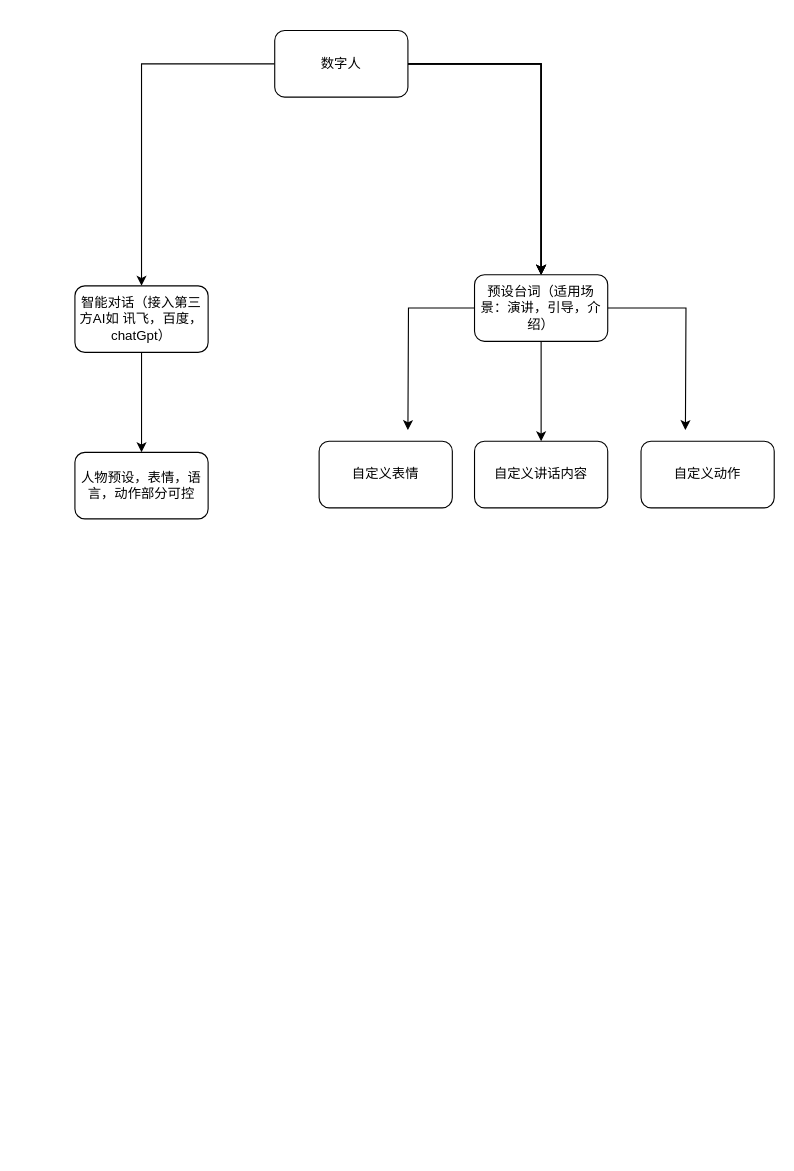
Before: 未命名绘图.drawio in Only-Sage/litieshan.github.io, a draw.io diagram. Source tidied: cells renumbered, new cells numbered last; positions are measured from the earlier drawing's top-left corner, leaving out a move shared by most shapes. Both pictures are drawn from the tidied source at 111%, with x=0, y=0 at pixel (74, 30).
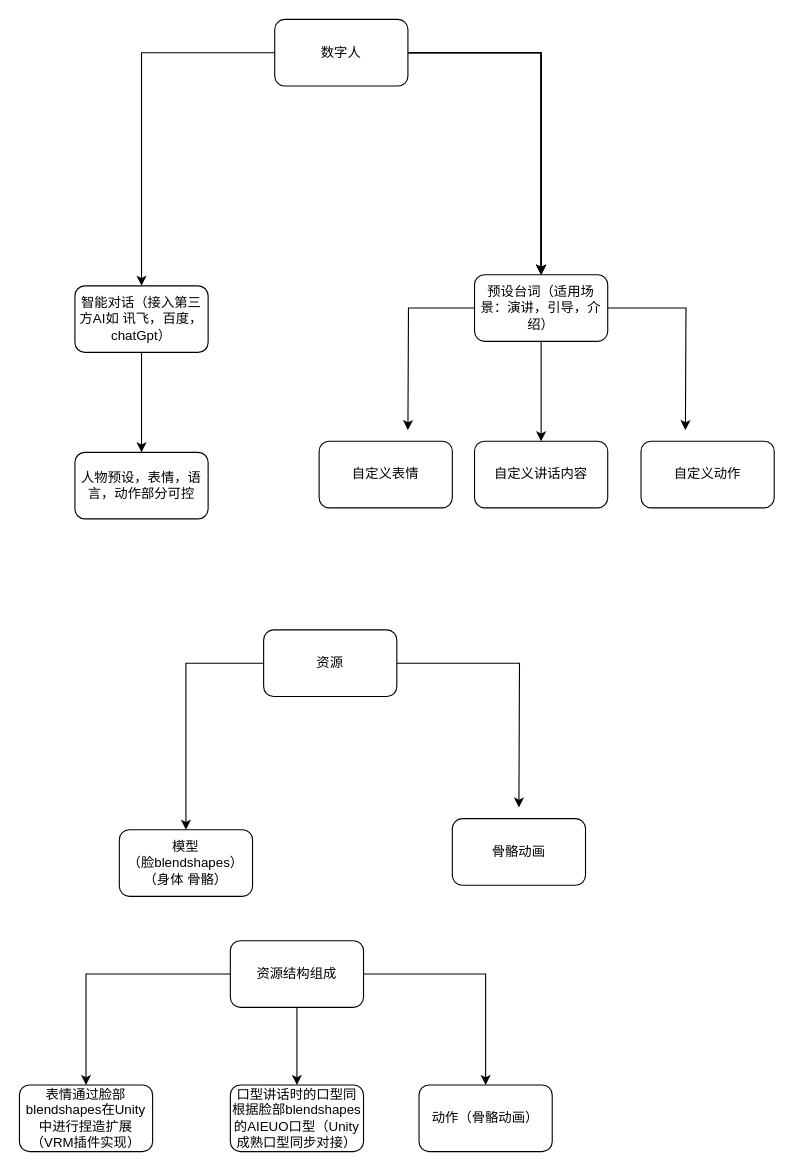
Above is the later version.

Commit message (it also covers changes not shown here):
更新未命名绘图.drawio

What changed in the source:
```diff
@@
     <mxCell id="7" value="数字人" style="rounded=1;whiteSpace=wrap;html=1;" parent="1" vertex="1">
-      <mxGeometry x="180" width="120" height="60" as="geometry" />
+      <mxGeometry x="180" y="-10" width="120" height="60" as="geometry" />
     </mxCell>
@@
+    <mxCell id="19" style="edgeStyle=orthogonalEdgeStyle;rounded=0;jettySize=auto;html=1;entryX=0.5;entryY=0;entryDx=0;entryDy=0;" parent="1" edge="1" source="21" target="22">
+      <mxGeometry relative="1" as="geometry" />
+    </mxCell>
+    <mxCell id="20" style="edgeStyle=orthogonalEdgeStyle;rounded=0;jettySize=auto;html=1;" parent="1" edge="1" source="21">
+      <mxGeometry relative="1" as="geometry">
+        <mxPoint x="400" y="700" as="targetPoint" />
+      </mxGeometry>
+    </mxCell>
+    <mxCell id="21" value="资源" style="rounded=1;whiteSpace=wrap;html=1;" parent="1" vertex="1">
+      <mxGeometry x="170" y="540" width="120" height="60" as="geometry" />
+    </mxCell>
+    <mxCell id="22" value="模型&lt;br&gt;（脸blendshapes）&lt;br&gt;（身体 骨骼）" style="rounded=1;whiteSpace=wrap;html=1;" parent="1" vertex="1">
+      <mxGeometry x="40" y="720" width="120" height="60" as="geometry" />
+    </mxCell>
+    <mxCell id="23" value="骨骼动画" style="rounded=1;whiteSpace=wrap;html=1;" parent="1" vertex="1">
+      <mxGeometry x="340" y="710" width="120" height="60" as="geometry" />
+    </mxCell>
+    <mxCell id="24" style="edgeStyle=orthogonalEdgeStyle;rounded=0;jettySize=auto;html=1;" parent="1" edge="1" source="27" target="29">
+      <mxGeometry relative="1" as="geometry" />
+    </mxCell>
+    <mxCell id="25" style="edgeStyle=orthogonalEdgeStyle;rounded=0;jettySize=auto;html=1;entryX=0.5;entryY=0;entryDx=0;entryDy=0;" parent="1" edge="1" source="27" target="28">
+      <mxGeometry relative="1" as="geometry" />
+    </mxCell>
+    <mxCell id="26" style="edgeStyle=orthogonalEdgeStyle;rounded=0;jettySize=auto;html=1;entryX=0.5;entryY=0;entryDx=0;entryDy=0;" parent="1" edge="1" source="27" target="30">
+      <mxGeometry relative="1" as="geometry" />
+    </mxCell>
+    <mxCell id="27" value="资源结构组成" style="rounded=1;whiteSpace=wrap;html=1;" parent="1" vertex="1">
+      <mxGeometry x="140" y="820" width="120" height="60" as="geometry" />
+    </mxCell>
+    <mxCell id="28" value="表情通过脸部blendshapes在Unity中进行捏造扩展（VRM插件实现）" style="rounded=1;whiteSpace=wrap;html=1;" parent="1" vertex="1">
+      <mxGeometry x="-50" y="950" width="120" height="60" as="geometry" />
+    </mxCell>
+    <mxCell id="29" value="口型讲话时的口型同根据脸部blendshapes的AIEUO口型（Unity成熟口型同步对接）" style="rounded=1;whiteSpace=wrap;html=1;" parent="1" vertex="1">
+      <mxGeometry x="140" y="950" width="120" height="60" as="geometry" />
+    </mxCell>
+    <mxCell id="30" value="动作（骨骼动画）" style="rounded=1;whiteSpace=wrap;html=1;" parent="1" vertex="1">
+      <mxGeometry x="310" y="950" width="120" height="60" as="geometry" />
+    </mxCell>
```
